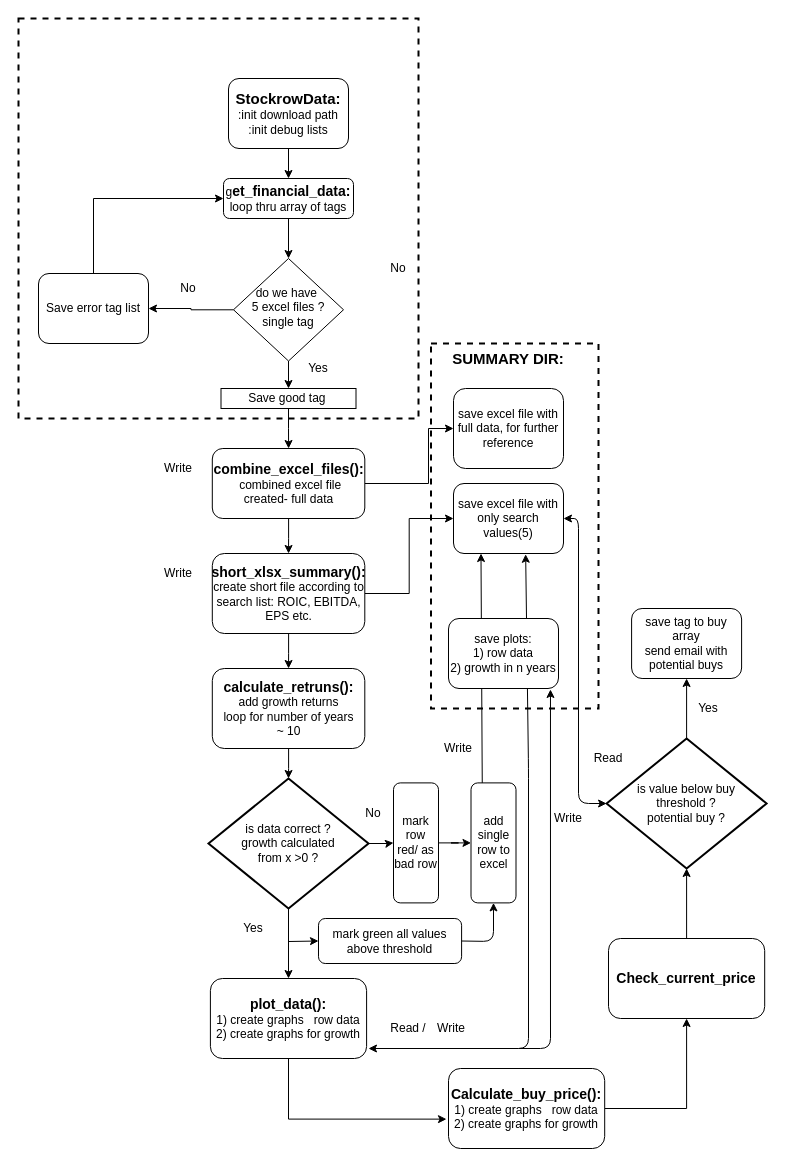
Earlier version of the draw.io diagram MarketTool.drawio (utyty/drawings). Source tidied: cells renumbered, new cells numbered last; positions are measured from the earlier drawing's top-left corner, leaving out a move shared by most shapes. Both pictures are drawn from the tidied source at 100%, with x=0, y=0 at pixel (18, 18).
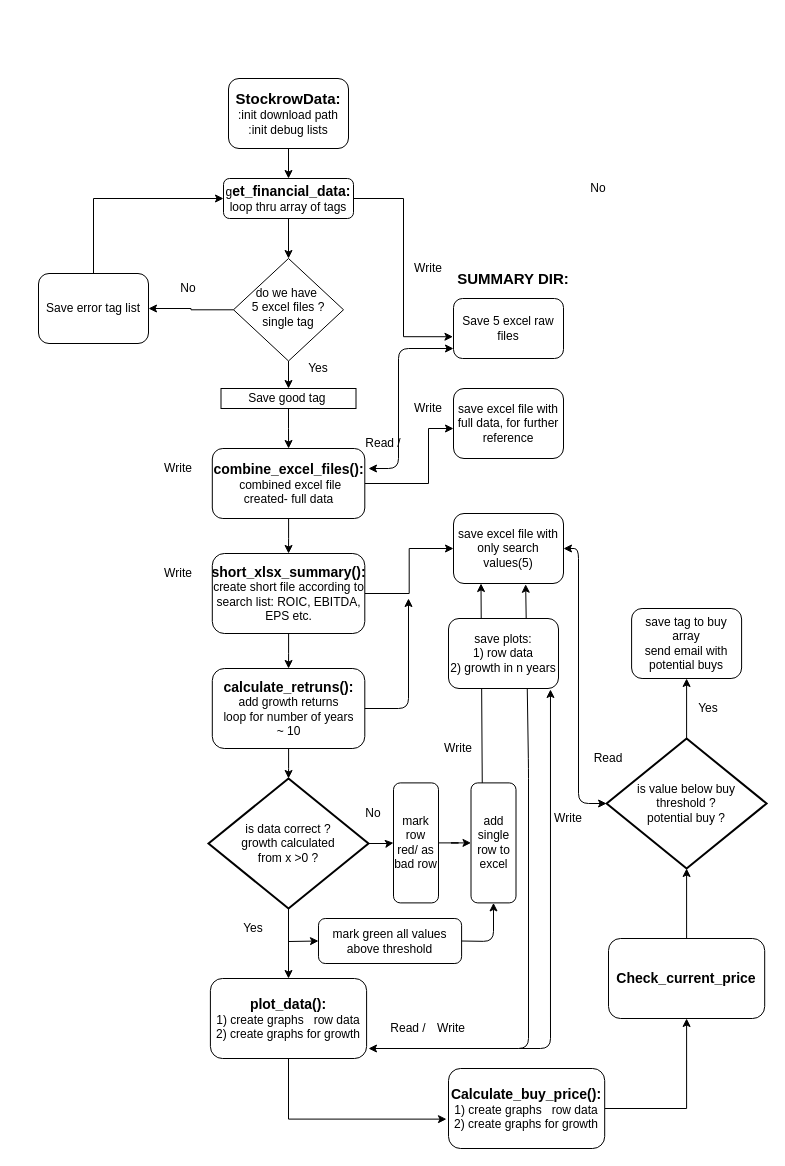
Above is the later version.

The change refers to these unchanged cells:
```xml
<mxCell id="8" value="g&lt;b&gt;&lt;font style=&quot;font-size: 14px&quot;&gt;et_financial_data:&lt;/font&gt;&lt;/b&gt;&lt;br&gt;loop thru array of tags" style="rounded=1;whiteSpace=wrap;html=1;fontSize=12;glass=0;strokeWidth=1;shadow=0;" parent="1" vertex="1">
  <mxGeometry x="205" y="160" width="130" height="40" as="geometry" />
</mxCell>
<mxCell id="24" value="&lt;font style=&quot;font-size: 14px&quot;&gt;&lt;b&gt;calculate_retruns()&lt;/b&gt;&lt;/font&gt;&lt;font style=&quot;font-size: 14px&quot;&gt;&lt;b&gt;:&lt;/b&gt;&lt;/font&gt;&lt;br&gt;add growth returns&lt;br&gt;loop for number of years&lt;br&gt;~ 10" style="rounded=1;whiteSpace=wrap;html=1;fontSize=12;glass=0;strokeWidth=1;shadow=0;" parent="1" vertex="1">
  <mxGeometry x="193.8" y="650" width="152.5" height="80" as="geometry" />
</mxCell>
<mxCell id="51" value="is value below buy&lt;br&gt;threshold ?&lt;br&gt;potential buy ?" style="strokeWidth=2;html=1;shape=mxgraph.flowchart.decision;whiteSpace=wrap;" parent="1" vertex="1">
  <mxGeometry x="588.1" y="720" width="160" height="130" as="geometry" />
</mxCell>
```

What changed in the source:
```diff
@@
+    <mxCell id="64" style="edgeStyle=orthogonalEdgeStyle;rounded=0;jettySize=auto;html=1;entryX=0.637;entryY=1.005;entryDx=0;entryDy=0;entryPerimeter=0;" parent="1" edge="1" source="8" target="66">
+      <mxGeometry relative="1" as="geometry" />
+    </mxCell>
@@
     <mxCell id="11" value="No&lt;br&gt;" style="text;html=1;strokeColor=none;fillColor=none;align=center;verticalAlign=middle;whiteSpace=wrap;rounded=0;" parent="1" vertex="1">
-      <mxGeometry x="360" y="240" width="40" height="20" as="geometry" />
+      <mxGeometry x="560" y="160" width="40" height="20" as="geometry" />
     </mxCell>
@@
     <mxCell id="25" value="save excel file with full data, for further reference" style="rounded=1;whiteSpace=wrap;html=1;fontSize=12;glass=0;strokeWidth=1;shadow=0;direction=south;" parent="1" vertex="1">
-      <mxGeometry x="435" y="370" width="110" height="80" as="geometry" />
+      <mxGeometry x="435" y="370" width="110" height="70" as="geometry" />
     </mxCell>
     <mxCell id="26" value="save excel file with only search values(5)&lt;br&gt;" style="rounded=1;whiteSpace=wrap;html=1;fontSize=12;glass=0;strokeWidth=1;shadow=0;direction=south;" parent="1" vertex="1">
-      <mxGeometry x="435" y="465" width="110" height="70" as="geometry" />
+      <mxGeometry x="435" y="495" width="110" height="70" as="geometry" />
     </mxCell>
@@
-    <mxCell id="43" style="whiteSpace=wrap;html=1;fillColor=none;dashed=1;strokeWidth=2;shadow=0;" parent="1" vertex="1">
-      <mxGeometry width="400" height="400" as="geometry" />
-    </mxCell>
@@
     <mxCell id="52" style="endArrow=classic;startArrow=classic;html=1;entryX=0.5;entryY=0;entryDx=0;entryDy=0;exitX=0;exitY=0.5;exitDx=0;exitDy=0;exitPerimeter=0;" parent="1" edge="1" source="51" target="26">
       <mxGeometry relative="1" as="geometry">
         <Array as="points">
           <mxPoint x="560" y="785" />
-          <mxPoint x="560" y="500" />
+          <mxPoint x="560" y="530" />
         </Array>
       </mxGeometry>
     </mxCell>
@@
-    <mxCell id="56" style="rounded=0;whiteSpace=wrap;html=1;shadow=0;dashed=1;strokeColor=#000000;strokeWidth=2;fillColor=none;" parent="1" vertex="1">
-      <mxGeometry x="412.5" y="325" width="167.5" height="365" as="geometry" />
-    </mxCell>
     <mxCell id="57" value="&lt;font style=&quot;font-size: 15px&quot;&gt;&lt;b&gt;SUMMARY DIR:&lt;/b&gt;&lt;/font&gt;" style="text;html=1;strokeColor=none;fillColor=none;align=center;verticalAlign=middle;whiteSpace=wrap;rounded=0;" parent="1" vertex="1">
-      <mxGeometry x="430" y="330" width="120" height="20" as="geometry" />
+      <mxGeometry x="435" y="250" width="120" height="20" as="geometry" />
     </mxCell>
@@
+    <mxCell id="65" style="endArrow=classic;html=1;exitX=1;exitY=0.5;exitDx=0;exitDy=0;" parent="1" edge="1" source="24">
+      <mxGeometry relative="1" as="geometry">
+        <mxPoint x="390" y="580" as="targetPoint" />
+        <Array as="points">
+          <mxPoint x="390" y="690" />
+        </Array>
+      </mxGeometry>
+    </mxCell>
+    <mxCell id="66" value="Save 5 excel raw files" style="rounded=1;whiteSpace=wrap;html=1;fontSize=12;glass=0;strokeWidth=1;shadow=0;direction=south;" parent="1" vertex="1">
+      <mxGeometry x="435" y="280" width="110" height="60" as="geometry" />
+    </mxCell>
+    <mxCell id="67" style="endArrow=classic;startArrow=classic;html=1;" parent="1" edge="1">
+      <mxGeometry relative="1" as="geometry">
+        <mxPoint x="350" y="450" as="sourcePoint" />
+        <mxPoint x="435" y="330" as="targetPoint" />
+        <Array as="points">
+          <mxPoint x="380" y="450" />
+          <mxPoint x="380" y="330" />
+        </Array>
+      </mxGeometry>
+    </mxCell>
+    <mxCell id="68" value="Write" style="text;html=1;strokeColor=none;fillColor=none;align=center;verticalAlign=middle;whiteSpace=wrap;rounded=0;" parent="1" vertex="1">
+      <mxGeometry x="390" y="380" width="40" height="20" as="geometry" />
+    </mxCell>
+    <mxCell id="69" value="Write" style="text;html=1;strokeColor=none;fillColor=none;align=center;verticalAlign=middle;whiteSpace=wrap;rounded=0;" parent="1" vertex="1">
+      <mxGeometry x="390" y="240" width="40" height="20" as="geometry" />
+    </mxCell>
+    <mxCell id="70" value="Read /" style="text;html=1;strokeColor=none;fillColor=none;align=center;verticalAlign=middle;whiteSpace=wrap;rounded=0;" parent="1" vertex="1">
+      <mxGeometry x="346" y="410" width="37.5" height="30" as="geometry" />
+    </mxCell>
```
